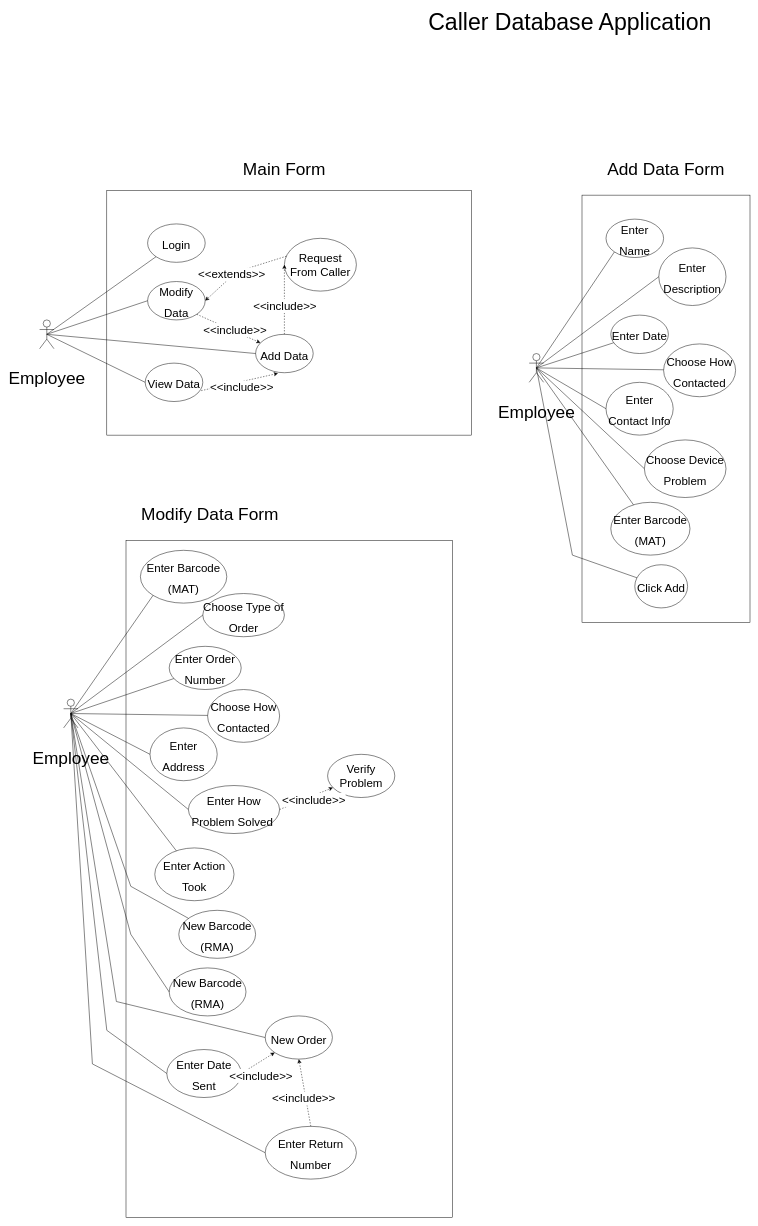
D3153/SystemDevTermProject keeps this draw.io diagram as UMLDiagram.drawio. Above is the earlier version. Source tidied: cells renumbered, new cells numbered last; positions are measured from the earlier drawing's top-left corner, leaving out a move shared by most shapes. Both pictures are drawn from the tidied source at 48%, with x=0, y=0 at pixel (39, 12).
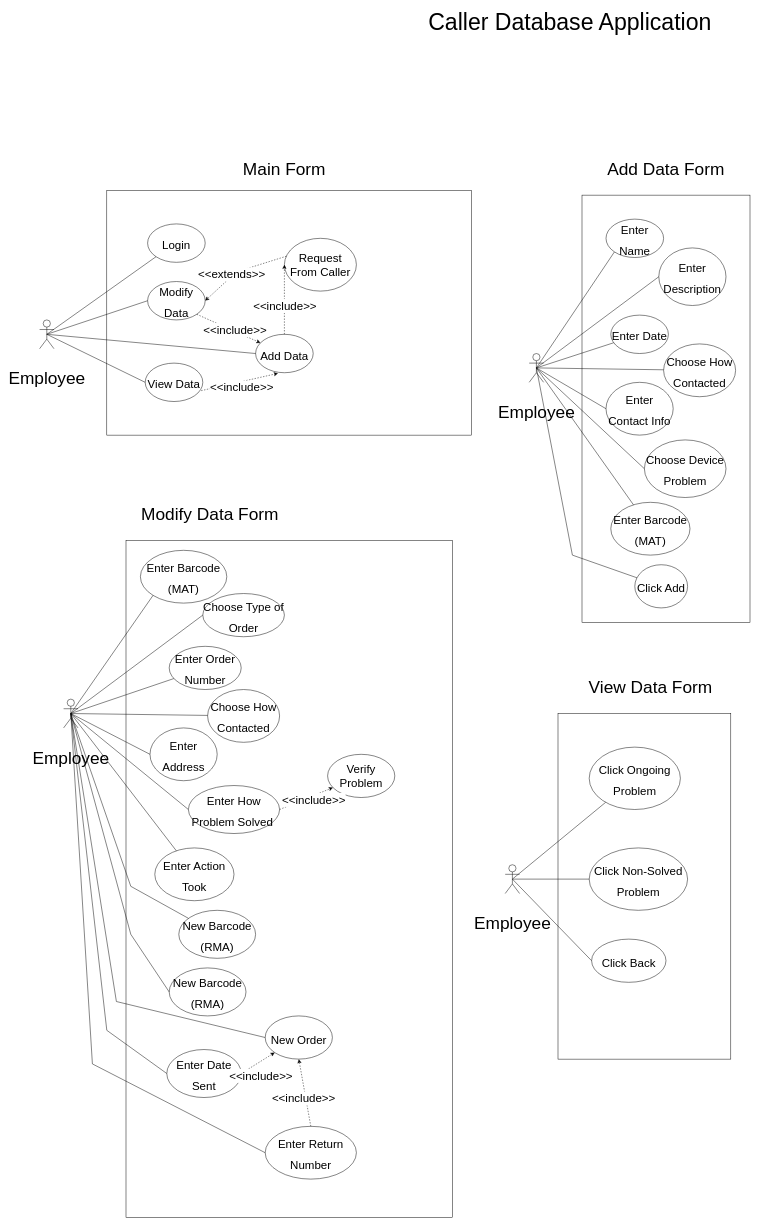
The same diagram, later.

Commit message:
finished UML (Might need to add more)

Diff of the diagram source:
```diff
@@
+    <mxCell id="76" style="rounded=0;whiteSpace=wrap;html=1;" parent="1" vertex="1">
+      <mxGeometry x="1080" y="1460" width="360" height="720" as="geometry" />
+    </mxCell>
+    <mxCell id="77" value="&lt;span style=&quot;font-size: 36px&quot;&gt;View Data Form&lt;/span&gt;" style="text;html=1;strokeColor=none;fillColor=none;align=center;verticalAlign=middle;whiteSpace=wrap;rounded=0;fontSize=24;" parent="1" vertex="1">
+      <mxGeometry x="1117.5" y="1390" width="310" height="30" as="geometry" />
+    </mxCell>
+    <mxCell id="78" value="&lt;font style=&quot;font-size: 36px&quot;&gt;Employee&lt;/font&gt;" style="shape=umlActor;verticalLabelPosition=bottom;verticalAlign=top;html=1;outlineConnect=0;fontSize=72;" parent="1" vertex="1">
+      <mxGeometry x="970" y="1775" width="30" height="60" as="geometry" />
+    </mxCell>
+    <mxCell id="79" value="&lt;span style=&quot;font-size: 24px&quot;&gt;Click Back&lt;/span&gt;" style="ellipse;whiteSpace=wrap;html=1;fontSize=36;" parent="1" vertex="1">
+      <mxGeometry x="1150" y="1930" width="155" height="90" as="geometry" />
+    </mxCell>
+    <mxCell id="80" value="&lt;span style=&quot;font-size: 24px&quot;&gt;Click Non-Solved Problem&lt;/span&gt;" style="ellipse;whiteSpace=wrap;html=1;fontSize=36;" parent="1" vertex="1">
+      <mxGeometry x="1145" y="1740" width="205" height="130" as="geometry" />
+    </mxCell>
+    <mxCell id="81" value="&lt;span style=&quot;font-size: 24px;&quot;&gt;Click Ongoing Problem&lt;/span&gt;" style="ellipse;whiteSpace=wrap;html=1;fontSize=36;" parent="1" vertex="1">
+      <mxGeometry x="1145" y="1530" width="190" height="130" as="geometry" />
+    </mxCell>
+    <mxCell id="82" style="endArrow=none;html=1;rounded=0;fontSize=36;exitX=0.5;exitY=0.5;exitDx=0;exitDy=0;exitPerimeter=0;" parent="1" edge="1" source="78" target="81">
+      <mxGeometry relative="1" as="geometry" />
+    </mxCell>
+    <mxCell id="83" style="endArrow=none;html=1;rounded=0;fontSize=36;exitX=0.5;exitY=0.5;exitDx=0;exitDy=0;exitPerimeter=0;" parent="1" edge="1" source="78" target="80">
+      <mxGeometry relative="1" as="geometry" />
+    </mxCell>
+    <mxCell id="84" style="endArrow=none;html=1;rounded=0;fontSize=36;entryX=0;entryY=0.5;entryDx=0;entryDy=0;exitX=0.5;exitY=0.5;exitDx=0;exitDy=0;exitPerimeter=0;" parent="1" edge="1" source="78" target="79">
+      <mxGeometry relative="1" as="geometry" />
+    </mxCell>
```
